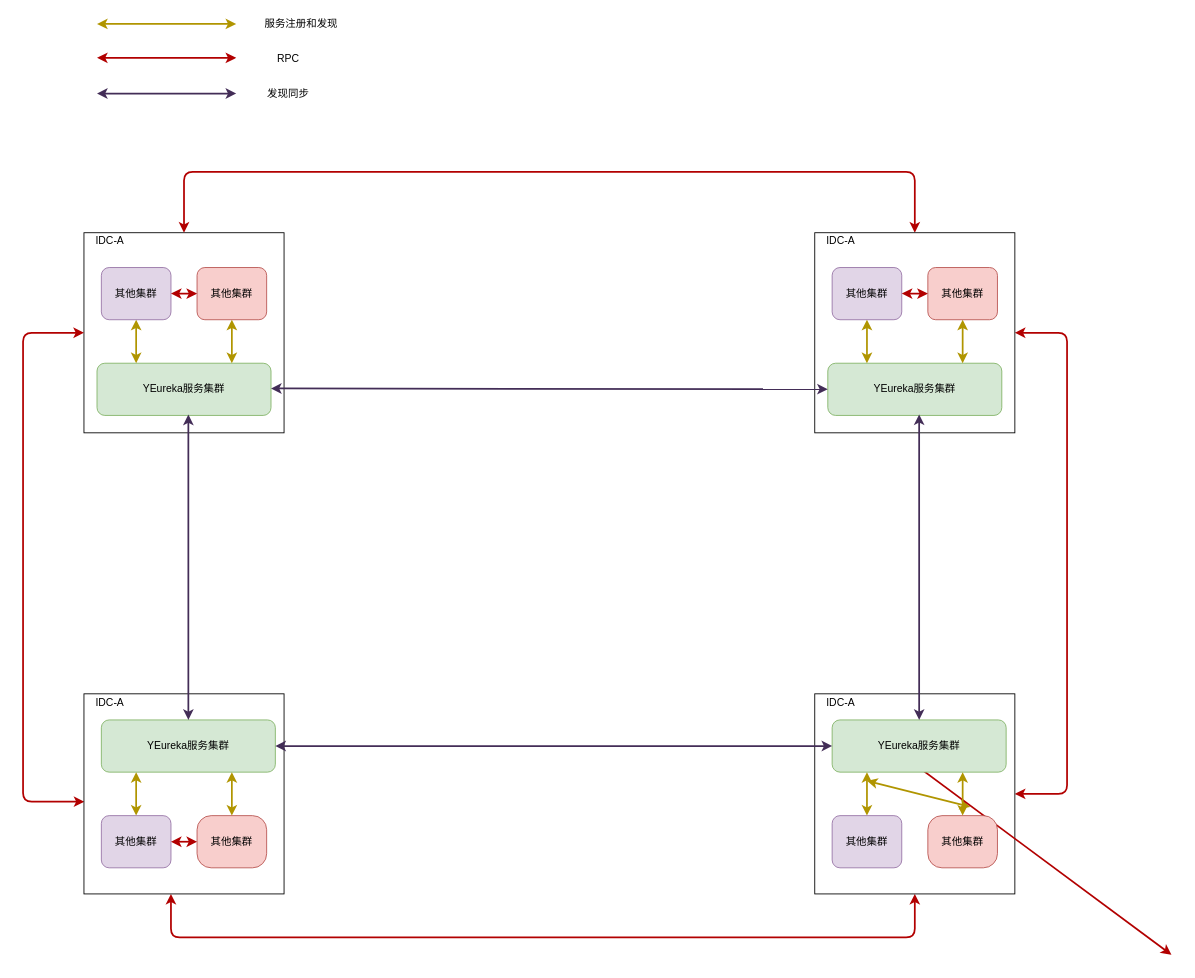
Earlier version of the draw.io diagram IDC无状态集群.drawio (Gred01/study). Source tidied: cells renumbered, new cells numbered last; positions are measured from the earlier drawing's top-left corner, leaving out a move shared by most shapes. Both pictures are drawn from the tidied source at 87%, with x=0, y=0 at pixel (23, 15).
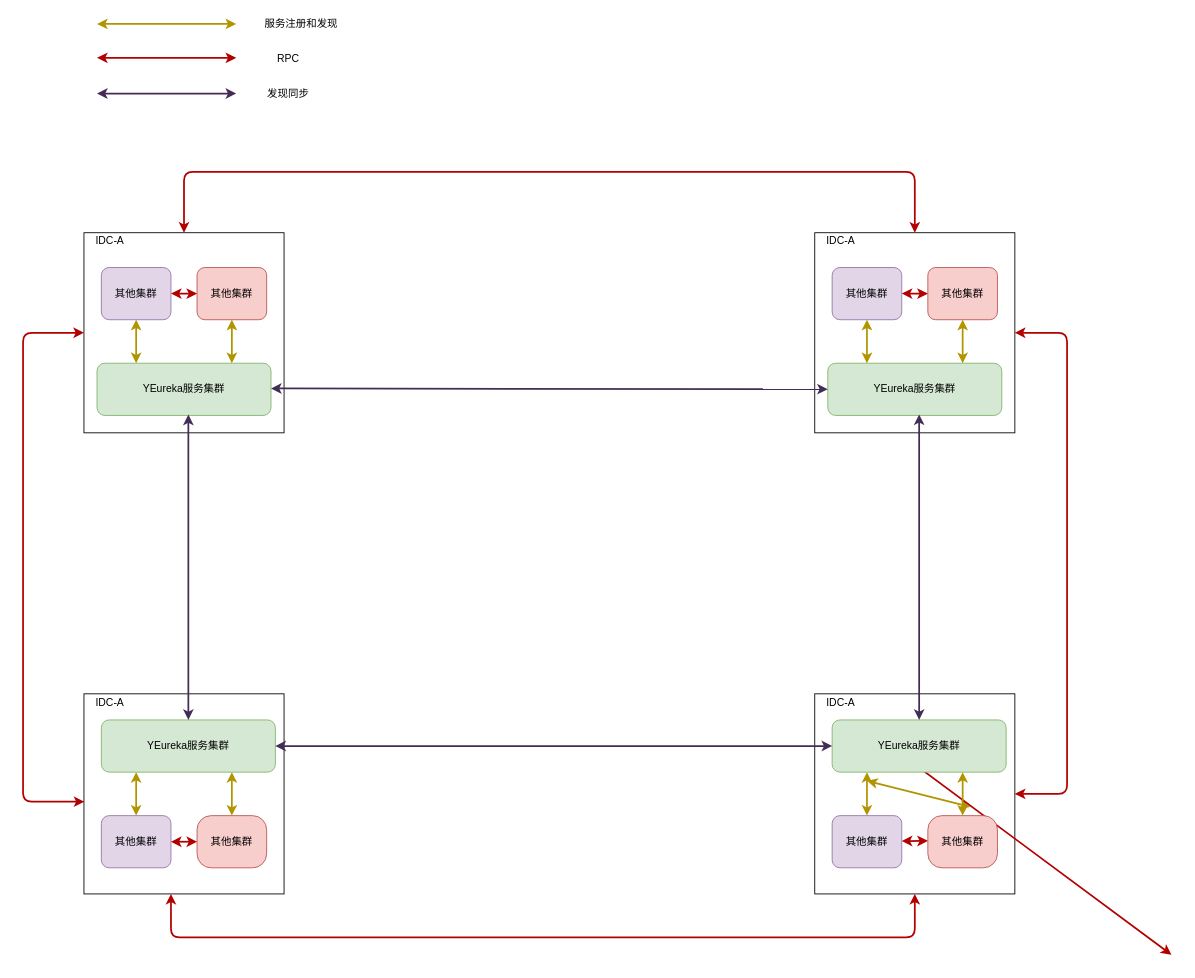
Above is the later version.

Commit message (it also covers changes not shown here):
Update IDC无状态集群.drawio

Change to the diagram source:
```diff
@@
+    <mxCell id="49" style="endArrow=classic;startArrow=classic;html=1;fillColor=#e51400;strokeColor=#B20000;strokeWidth=2;" parent="1" edge="1">
+      <mxGeometry relative="1" as="geometry">
+        <mxPoint x="1010" y="949.3" as="sourcePoint" />
+        <mxPoint x="1040" y="949" as="targetPoint" />
+      </mxGeometry>
+    </mxCell>
```
